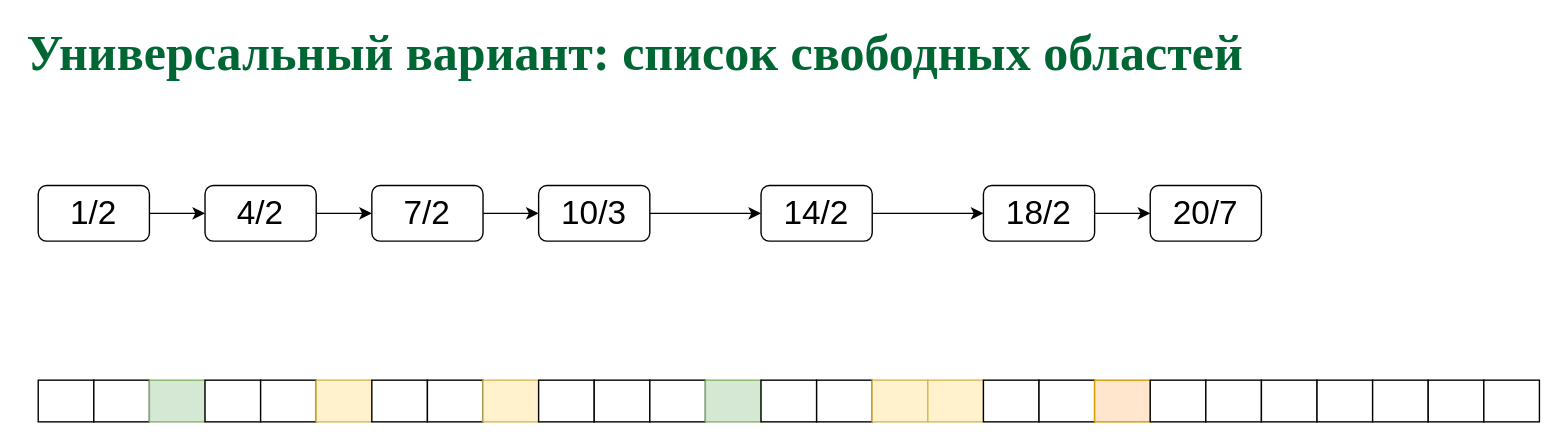
This is page "freeli" (2 of 9) of slides/freespace.drawio from 77maxikov/os_course, a draw.io file, before an edit. Source tidied: cells renumbered, new cells numbered last; positions are measured from the earlier drawing's top-left corner, leaving out a move shared by most shapes. Both pictures are drawn from the tidied source at 139%, with x=0, y=0 at pixel (24, 32).
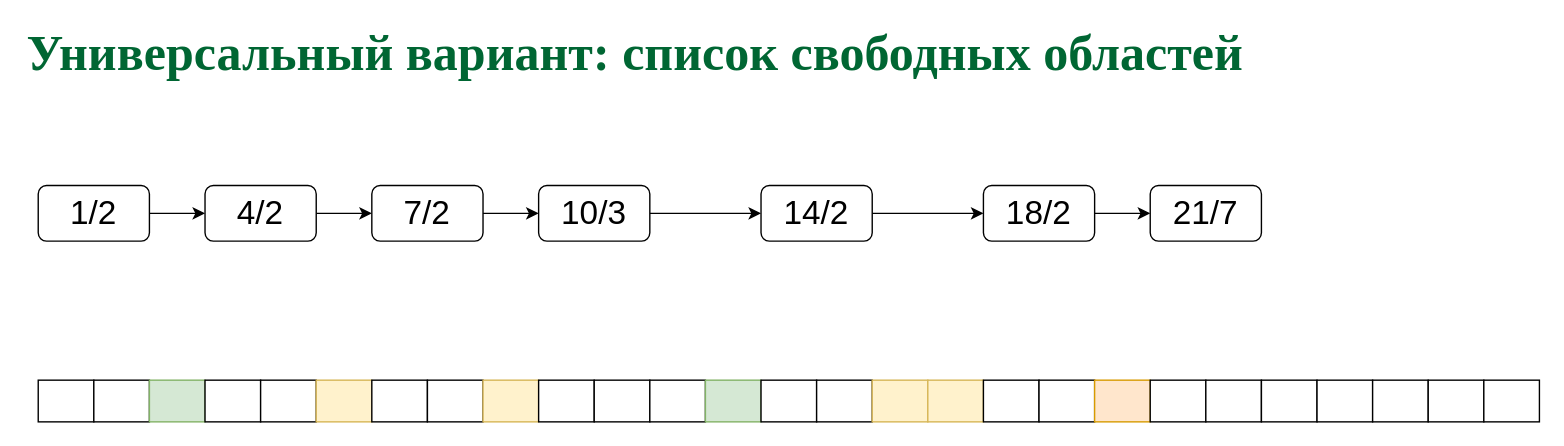
The same page after the edit.

What changed in the source:
```diff
@@
-    <mxCell id="42" value="&lt;font style=&quot;font-size: 24px&quot;&gt;20/7&lt;/font&gt;" style="rounded=1;whiteSpace=wrap;html=1;" parent="1" vertex="1">
+    <mxCell id="42" value="&lt;font style=&quot;font-size: 24px&quot;&gt;21/7&lt;/font&gt;" style="rounded=1;whiteSpace=wrap;html=1;" parent="1" vertex="1">
       <mxGeometry x="810" y="110" width="80" height="40" as="geometry" />
     </mxCell>
```
